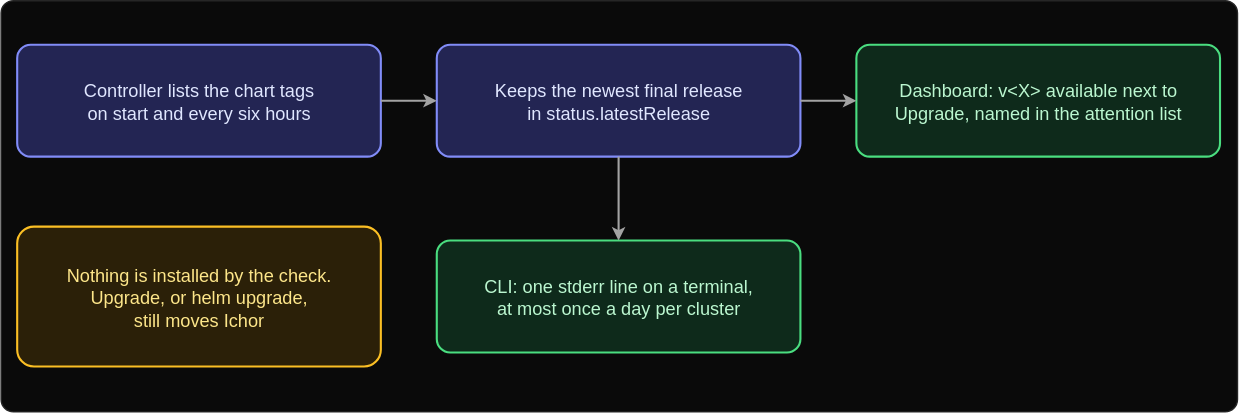
maeshinshin/ichor keeps this draw.io diagram as docs/images/settings-update-check.dark.drawio.svg. Above is the earlier version. Source tidied: cells renumbered, new cells last; positions are measured from the earlier drawing's top-left corner, leaving out a move shared by most shapes. Its diagram source:
```xml
<mxGraphModel>
  <root>
    <mxCell id="0" style="html=0;" />
    <mxCell id="1" style="html=0;" parent="0" />
    <mxCell id="2" style="rounded=1;arcSize=3;fillColor=light-dark(#FFFFFF,#0A0A0A);strokeColor=light-dark(#E5E5E5,#262626);strokeWidth=1;html=0;" parent="1" vertex="1">
      <mxGeometry width="884" height="294" as="geometry" />
    </mxCell>
    <mxCell id="3" value="Controller lists the chart tags&#10;on start and every six hours" style="rounded=1;arcSize=12;fillColor=light-dark(#EEF2FF,#232553);strokeColor=light-dark(#6366F1,#818CF8);strokeWidth=1.5;fontColor=light-dark(#1E1B4B,#E0E7FF);fontFamily=Helvetica;fontSize=13;align=center;verticalAlign=middle;html=0;" parent="1" vertex="1">
      <mxGeometry x="12" y="32" width="260" height="80" as="geometry" />
    </mxCell>
    <mxCell id="4" value="Keeps the newest final release&#10;in status.latestRelease" style="rounded=1;arcSize=12;fillColor=light-dark(#EEF2FF,#232553);strokeColor=light-dark(#6366F1,#818CF8);strokeWidth=1.5;fontColor=light-dark(#1E1B4B,#E0E7FF);fontFamily=Helvetica;fontSize=13;align=center;verticalAlign=middle;html=0;" parent="1" vertex="1">
      <mxGeometry x="312" y="32" width="260" height="80" as="geometry" />
    </mxCell>
    <mxCell id="5" value="Dashboard: v&lt;X&gt; available next to&#10;Upgrade, named in the attention list" style="rounded=1;arcSize=12;fillColor=light-dark(#F0FDF4,#0E2A1B);strokeColor=light-dark(#16A34A,#4ADE80);strokeWidth=1.5;fontColor=light-dark(#14532D,#BBF7D0);fontFamily=Helvetica;fontSize=13;align=center;verticalAlign=middle;html=0;" parent="1" vertex="1">
      <mxGeometry x="612" y="32" width="260" height="80" as="geometry" />
    </mxCell>
    <mxCell id="6" value="CLI: one stderr line on a terminal,&#10;at most once a day per cluster" style="rounded=1;arcSize=12;fillColor=light-dark(#F0FDF4,#0E2A1B);strokeColor=light-dark(#16A34A,#4ADE80);strokeWidth=1.5;fontColor=light-dark(#14532D,#BBF7D0);fontFamily=Helvetica;fontSize=13;align=center;verticalAlign=middle;html=0;" parent="1" vertex="1">
      <mxGeometry x="312" y="172" width="260" height="80" as="geometry" />
    </mxCell>
    <mxCell id="7" value="Nothing is installed by the check.&#10;Upgrade, or helm upgrade,&#10;still moves Ichor" style="rounded=1;arcSize=12;fillColor=light-dark(#FFFBEB,#2B2008);strokeColor=light-dark(#D97706,#FBBF24);strokeWidth=1.5;fontColor=light-dark(#78350F,#FDE68A);fontFamily=Helvetica;fontSize=13;align=center;verticalAlign=middle;html=0;" parent="1" vertex="1">
      <mxGeometry x="12" y="162" width="260" height="100" as="geometry" />
    </mxCell>
    <mxCell id="8" style="edgeStyle=orthogonalEdgeStyle;rounded=1;jettySize=auto;html=0;strokeColor=light-dark(#737373,#A3A3A3);strokeWidth=1.5;endArrow=classic;endFill=1;endSize=5;fontFamily=Helvetica;fontSize=12;fontColor=light-dark(#404040,#D4D4D4);exitX=1;exitY=0.5;exitDx=0;exitDy=0;entryX=0;entryY=0.5;entryDx=0;entryDy=0;" parent="1" edge="1" source="3" target="4">
      <mxGeometry relative="1" as="geometry" />
    </mxCell>
    <mxCell id="9" style="edgeStyle=orthogonalEdgeStyle;rounded=1;jettySize=auto;html=0;strokeColor=light-dark(#737373,#A3A3A3);strokeWidth=1.5;endArrow=classic;endFill=1;endSize=5;fontFamily=Helvetica;fontSize=12;fontColor=light-dark(#404040,#D4D4D4);exitX=1;exitY=0.5;exitDx=0;exitDy=0;entryX=0;entryY=0.5;entryDx=0;entryDy=0;" parent="1" edge="1" source="4" target="5">
      <mxGeometry relative="1" as="geometry" />
    </mxCell>
    <mxCell id="10" style="edgeStyle=orthogonalEdgeStyle;rounded=1;jettySize=auto;html=0;strokeColor=light-dark(#737373,#A3A3A3);strokeWidth=1.5;endArrow=classic;endFill=1;endSize=5;fontFamily=Helvetica;fontSize=12;fontColor=light-dark(#404040,#D4D4D4);exitX=0.5;exitY=1;exitDx=0;exitDy=0;entryX=0.5;entryY=0;entryDx=0;entryDy=0;" parent="1" edge="1" source="4" target="6">
      <mxGeometry relative="1" as="geometry" />
    </mxCell>
  </root>
</mxGraphModel>
```
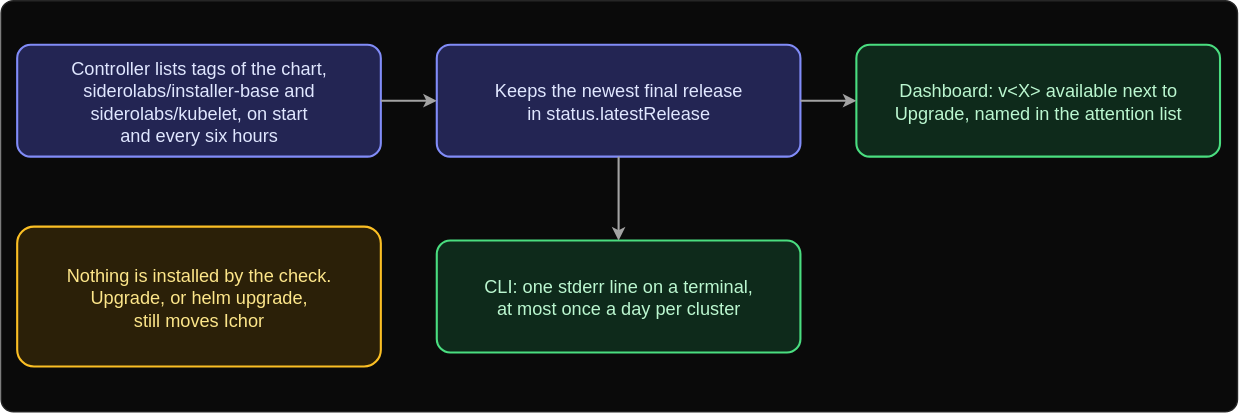
Later version of the same file.

Commit message:
docs: amend ADRs 0024 and 0039 and name all three listings in the update-check diagram

The edit, as a diff of the source:
```diff
@@ -5,7 +5,7 @@
     <mxCell id="2" style="rounded=1;arcSize=3;fillColor=light-dark(#FFFFFF,#0A0A0A);strokeColor=light-dark(#E5E5E5,#262626);strokeWidth=1;html=0;" parent="1" vertex="1">
       <mxGeometry width="884" height="294" as="geometry" />
     </mxCell>
-    <mxCell id="3" value="Controller lists the chart tags&#10;on start and every six hours" style="rounded=1;arcSize=12;fillColor=light-dark(#EEF2FF,#232553);strokeColor=light-dark(#6366F1,#818CF8);strokeWidth=1.5;fontColor=light-dark(#1E1B4B,#E0E7FF);fontFamily=Helvetica;fontSize=13;align=center;verticalAlign=middle;html=0;" parent="1" vertex="1">
+    <mxCell id="3" value="Controller lists tags of the chart,&#10;siderolabs/installer-base and&#10;siderolabs/kubelet, on start&#10;and every six hours" style="rounded=1;arcSize=12;fillColor=light-dark(#EEF2FF,#232553);strokeColor=light-dark(#6366F1,#818CF8);strokeWidth=1.5;fontColor=light-dark(#1E1B4B,#E0E7FF);fontFamily=Helvetica;fontSize=13;align=center;verticalAlign=middle;html=0;" parent="1" vertex="1">
       <mxGeometry x="12" y="32" width="260" height="80" as="geometry" />
     </mxCell>
     <mxCell id="4" value="Keeps the newest final release&#10;in status.latestRelease" style="rounded=1;arcSize=12;fillColor=light-dark(#EEF2FF,#232553);strokeColor=light-dark(#6366F1,#818CF8);strokeWidth=1.5;fontColor=light-dark(#1E1B4B,#E0E7FF);fontFamily=Helvetica;fontSize=13;align=center;verticalAlign=middle;html=0;" parent="1" vertex="1">
```
